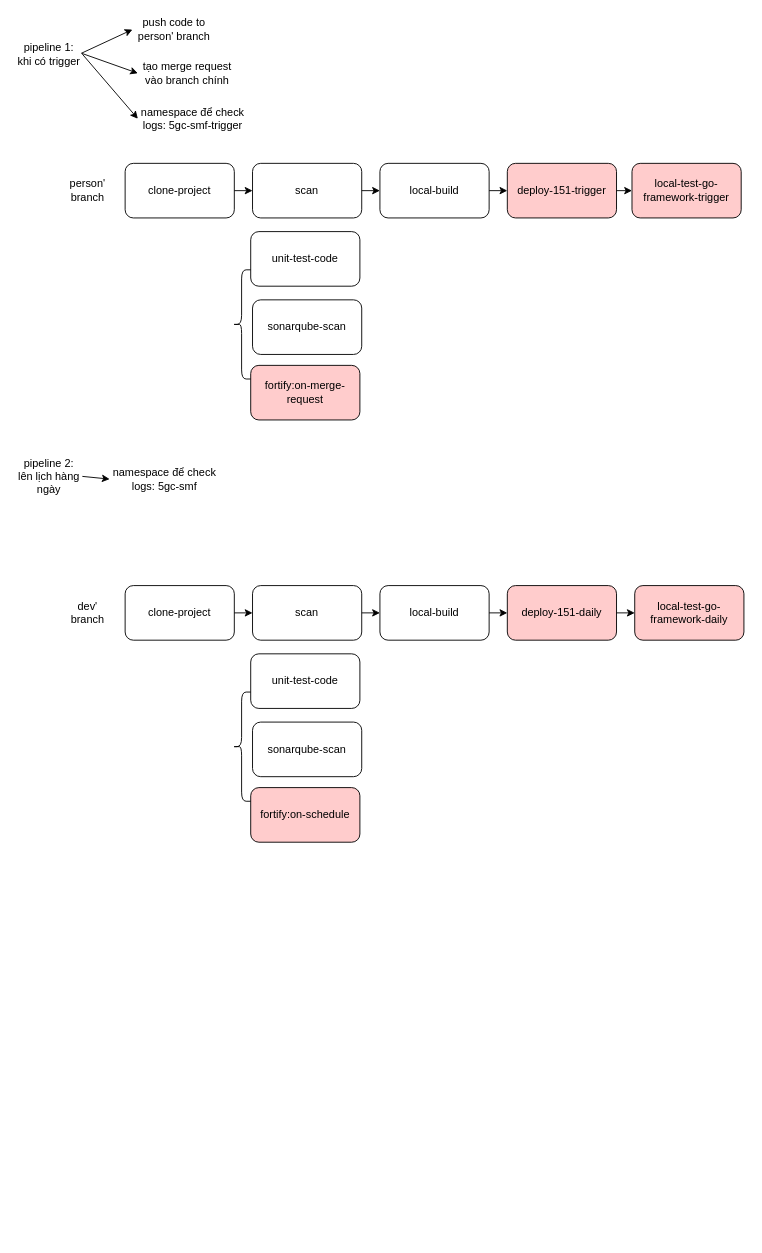
Before: CI.drawio in trinhmn49/Thuc_hanh_PTUDDD, a draw.io diagram. Source tidied: cells renumbered, new cells numbered last; positions are measured from the earlier drawing's top-left corner, leaving out a move shared by most shapes. Both pictures are drawn from the tidied source at 91%, with x=0, y=0 at pixel (15, 15).
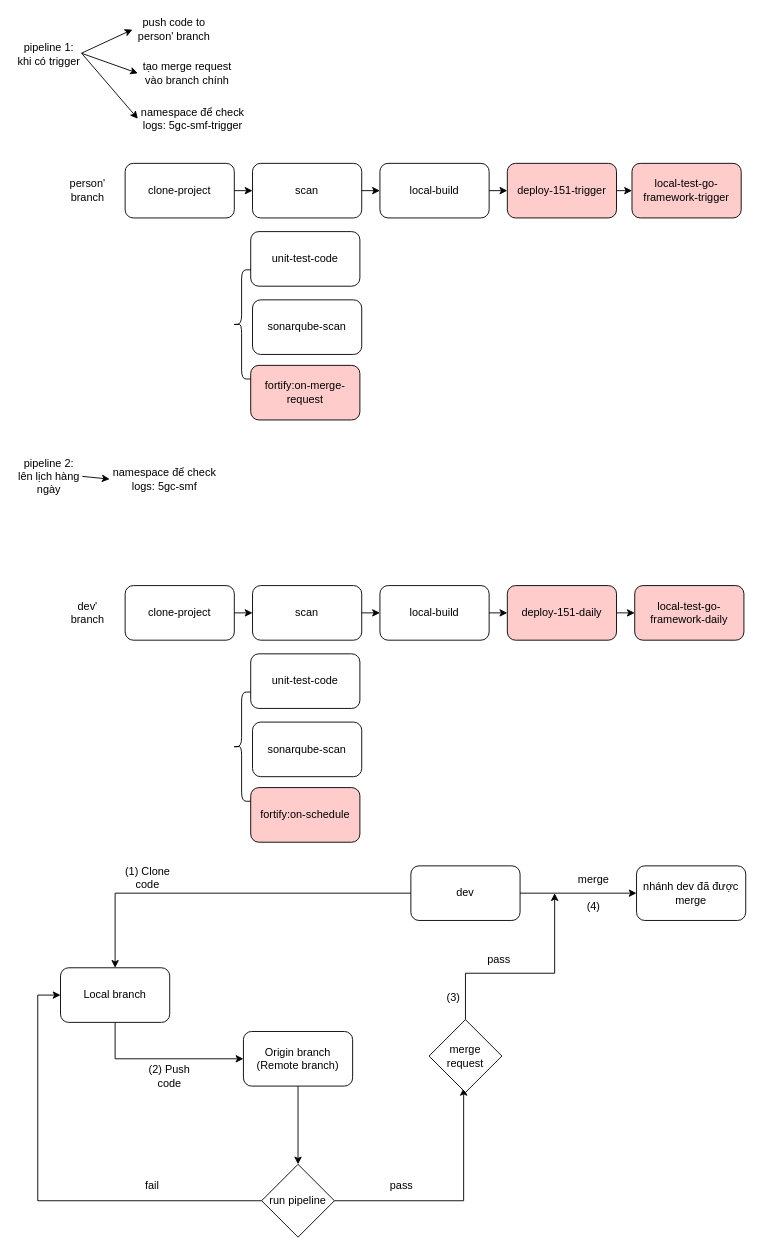
Above is the later version.

Diff of the diagram source:
```diff
@@
+    <mxCell id="39" value="Local branch" style="rounded=1;whiteSpace=wrap;html=1;" parent="1" vertex="1">
+      <mxGeometry x="49" y="1046" width="120" height="60" as="geometry" />
+    </mxCell>
+    <mxCell id="40" value="dev" style="rounded=1;whiteSpace=wrap;html=1;" parent="1" vertex="1">
+      <mxGeometry x="434" y="934" width="120" height="60" as="geometry" />
+    </mxCell>
+    <mxCell id="41" style="endArrow=classic;html=1;rounded=0;exitX=0;exitY=0.5;exitDx=0;exitDy=0;entryX=0.5;entryY=0;entryDx=0;entryDy=0;" parent="1" edge="1" source="40" target="39">
+      <mxGeometry relative="1" as="geometry">
+        <Array as="points">
+          <mxPoint x="109" y="964" />
+        </Array>
+      </mxGeometry>
+    </mxCell>
+    <mxCell id="42" value="(1) Clone code" style="text;html=1;strokeColor=none;fillColor=none;align=center;verticalAlign=middle;whiteSpace=wrap;rounded=0;" parent="1" vertex="1">
+      <mxGeometry x="115" y="932" width="60" height="30" as="geometry" />
+    </mxCell>
+    <mxCell id="43" value="Origin branch&lt;br&gt;(Remote branch)" style="rounded=1;whiteSpace=wrap;html=1;" parent="1" vertex="1">
+      <mxGeometry x="250" y="1116" width="120" height="60" as="geometry" />
+    </mxCell>
+    <mxCell id="44" style="endArrow=classic;html=1;rounded=0;exitX=0.5;exitY=1;exitDx=0;exitDy=0;entryX=0;entryY=0.5;entryDx=0;entryDy=0;" parent="1" edge="1" source="39" target="43">
+      <mxGeometry relative="1" as="geometry">
+        <Array as="points">
+          <mxPoint x="109" y="1146" />
+        </Array>
+      </mxGeometry>
+    </mxCell>
+    <mxCell id="45" value="(2) Push code" style="text;html=1;strokeColor=none;fillColor=none;align=center;verticalAlign=middle;whiteSpace=wrap;rounded=0;" parent="1" vertex="1">
+      <mxGeometry x="139" y="1150" width="60" height="30" as="geometry" />
+    </mxCell>
+    <mxCell id="46" style="endArrow=classic;html=1;rounded=0;exitX=0.5;exitY=1;exitDx=0;exitDy=0;" parent="1" edge="1" source="43">
+      <mxGeometry relative="1" as="geometry">
+        <mxPoint x="310" y="1262" as="targetPoint" />
+      </mxGeometry>
+    </mxCell>
+    <mxCell id="47" value="run pipeline" style="rhombus;whiteSpace=wrap;html=1;" parent="1" vertex="1">
+      <mxGeometry x="270" y="1262" width="80" height="80" as="geometry" />
+    </mxCell>
+    <mxCell id="48" style="endArrow=classic;html=1;rounded=0;exitX=0;exitY=0.5;exitDx=0;exitDy=0;entryX=0;entryY=0.5;entryDx=0;entryDy=0;" parent="1" edge="1" source="47" target="39">
+      <mxGeometry relative="1" as="geometry">
+        <Array as="points">
+          <mxPoint x="24" y="1302" />
+          <mxPoint x="24" y="1076" />
+        </Array>
+      </mxGeometry>
+    </mxCell>
+    <mxCell id="49" value="fail" style="text;html=1;strokeColor=none;fillColor=none;align=center;verticalAlign=middle;whiteSpace=wrap;rounded=0;" parent="1" vertex="1">
+      <mxGeometry x="120" y="1271" width="60" height="30" as="geometry" />
+    </mxCell>
+    <mxCell id="50" style="endArrow=classic;html=1;rounded=0;exitX=1;exitY=0.5;exitDx=0;exitDy=0;entryX=0.475;entryY=0.938;entryDx=0;entryDy=0;entryPerimeter=0;" parent="1" edge="1" source="47" target="52">
+      <mxGeometry relative="1" as="geometry">
+        <Array as="points">
+          <mxPoint x="492" y="1302" />
+        </Array>
+      </mxGeometry>
+    </mxCell>
+    <mxCell id="51" value="pass" style="text;html=1;strokeColor=none;fillColor=none;align=center;verticalAlign=middle;whiteSpace=wrap;rounded=0;" parent="1" vertex="1">
+      <mxGeometry x="394" y="1271" width="60" height="30" as="geometry" />
+    </mxCell>
+    <mxCell id="52" value="merge&lt;br&gt;request" style="rhombus;whiteSpace=wrap;html=1;" parent="1" vertex="1">
+      <mxGeometry x="454" y="1103" width="80" height="80" as="geometry" />
+    </mxCell>
+    <mxCell id="53" style="endArrow=classic;html=1;rounded=0;exitX=0.5;exitY=0;exitDx=0;exitDy=0;" parent="1" edge="1" source="52">
+      <mxGeometry relative="1" as="geometry">
+        <mxPoint x="592" y="964" as="targetPoint" />
+        <Array as="points">
+          <mxPoint x="494" y="1052" />
+          <mxPoint x="592" y="1052" />
+        </Array>
+      </mxGeometry>
+    </mxCell>
+    <mxCell id="54" value="(3)" style="text;html=1;strokeColor=none;fillColor=none;align=center;verticalAlign=middle;whiteSpace=wrap;rounded=0;" parent="1" vertex="1">
+      <mxGeometry x="451" y="1064" width="60" height="30" as="geometry" />
+    </mxCell>
+    <mxCell id="55" value="pass" style="text;html=1;strokeColor=none;fillColor=none;align=center;verticalAlign=middle;whiteSpace=wrap;rounded=0;" parent="1" vertex="1">
+      <mxGeometry x="501" y="1022" width="60" height="30" as="geometry" />
+    </mxCell>
+    <mxCell id="56" value="nhánh dev đã được merge" style="rounded=1;whiteSpace=wrap;html=1;" parent="1" vertex="1">
+      <mxGeometry x="682" y="934" width="120" height="60" as="geometry" />
+    </mxCell>
+    <mxCell id="57" style="endArrow=classic;html=1;rounded=0;entryX=0;entryY=0.5;entryDx=0;entryDy=0;exitX=1;exitY=0.5;exitDx=0;exitDy=0;" parent="1" edge="1" source="40" target="56">
+      <mxGeometry relative="1" as="geometry" />
+    </mxCell>
+    <mxCell id="58" value="merge" style="text;html=1;strokeColor=none;fillColor=none;align=center;verticalAlign=middle;whiteSpace=wrap;rounded=0;" parent="1" vertex="1">
+      <mxGeometry x="605" y="934" width="60" height="30" as="geometry" />
+    </mxCell>
+    <mxCell id="59" value="(4)" style="text;html=1;strokeColor=none;fillColor=none;align=center;verticalAlign=middle;whiteSpace=wrap;rounded=0;" parent="1" vertex="1">
+      <mxGeometry x="605" y="964" width="60" height="30" as="geometry" />
+    </mxCell>
```
